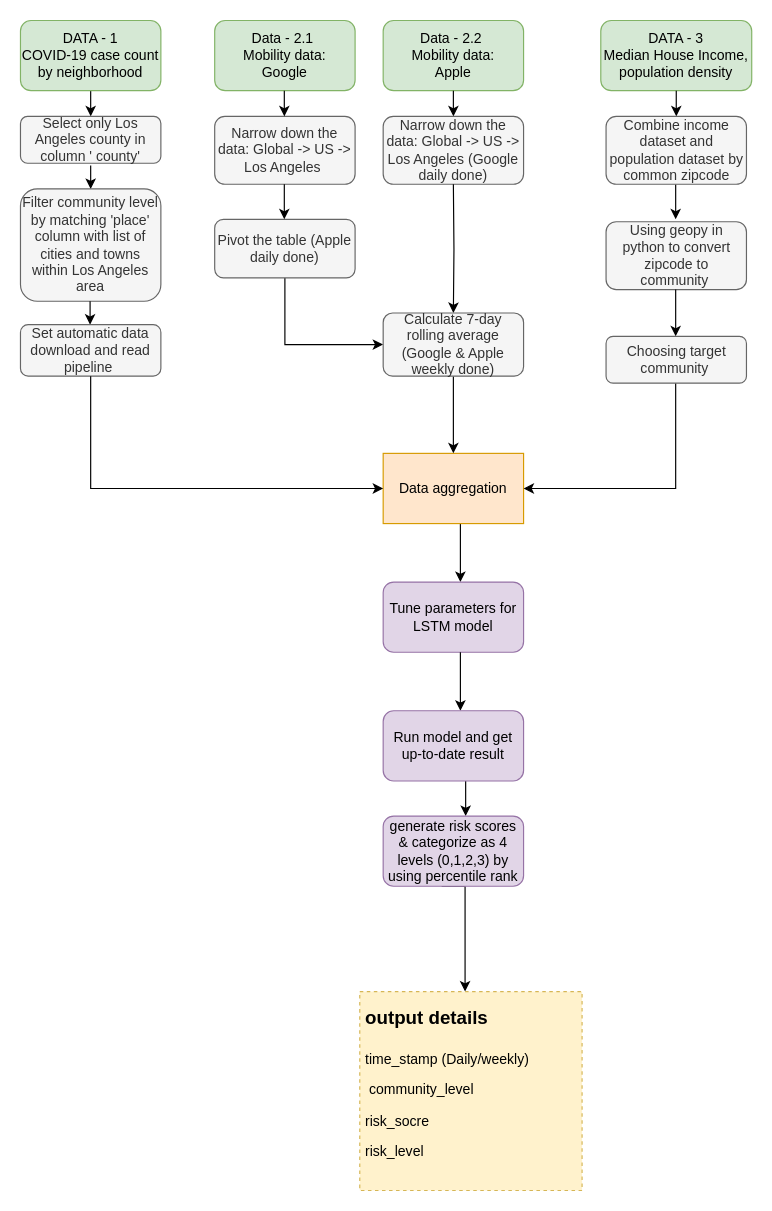
sli525/rmds-lab-team3-project keeps this draw.io diagram as RMDS_Workflow.drawio. Above is the earlier version. Source tidied: cells renumbered, new cells numbered last; positions are measured from the earlier drawing's top-left corner, leaving out a move shared by most shapes. Both pictures are drawn from the tidied source at 117%, with x=0, y=0 at pixel (20, 20).
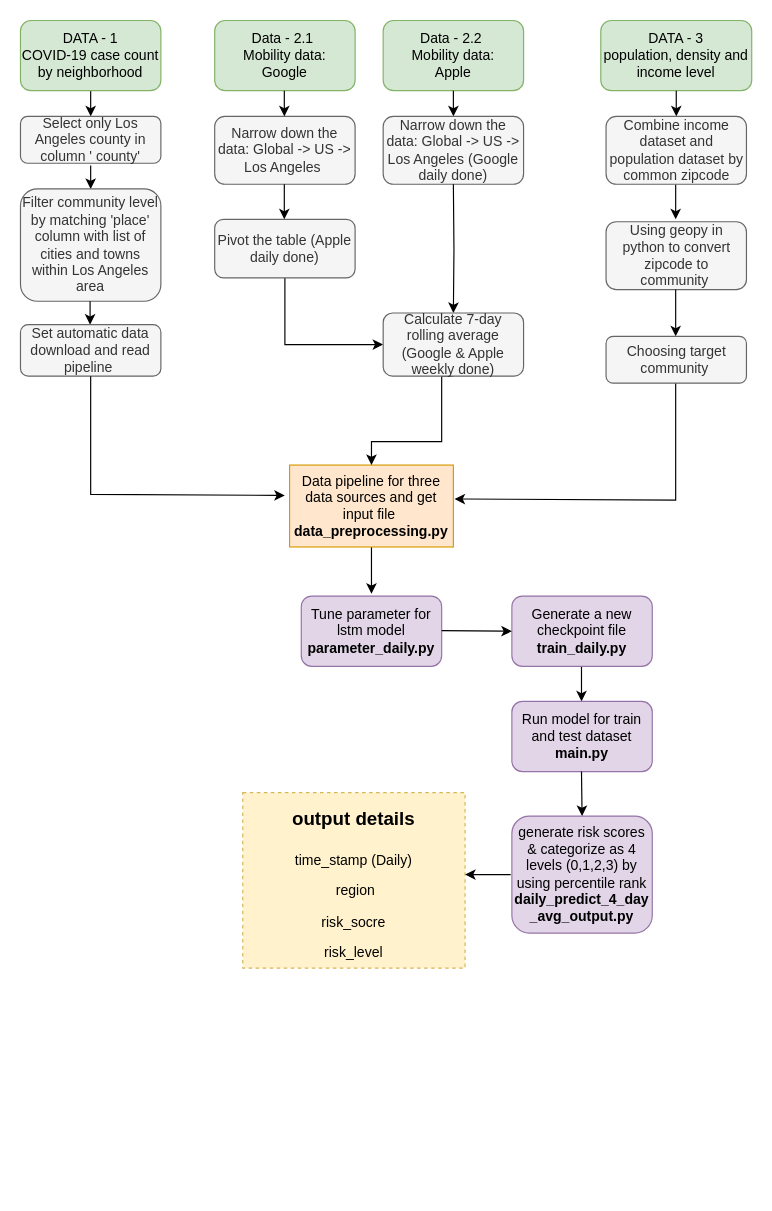
After the change.

Unchanged cells that the change refers to:
```xml
<mxCell id="14" value="Set automatic data download and read pipeline&amp;nbsp;" style="rounded=1;whiteSpace=wrap;html=1;align=center;fillColor=#f5f5f5;strokeColor=#666666;fontColor=#333333;" parent="1" vertex="1">
  <mxGeometry y="260" width="120" height="44" as="geometry" />
</mxCell>
<mxCell id="21" value="Calculate 7-day rolling average (Google &amp;amp; Apple weekly done)" style="rounded=1;whiteSpace=wrap;html=1;align=center;fillColor=#f5f5f5;strokeColor=#666666;fontColor=#333333;" parent="1" vertex="1">
  <mxGeometry x="310" y="250" width="120" height="54" as="geometry" />
</mxCell>
```

What changed in the source:
```diff
@@
-    <mxCell id="5" value="DATA - 3&lt;br&gt;Median House Income, population density" style="rounded=1;whiteSpace=wrap;html=1;fillColor=#d5e8d4;strokeColor=#82b366;" parent="1" vertex="1">
+    <mxCell id="5" value="DATA - 3&lt;br&gt;population, density and income level" style="rounded=1;whiteSpace=wrap;html=1;fillColor=#d5e8d4;strokeColor=#82b366;" parent="1" vertex="1">
       <mxGeometry x="496" width="129" height="60" as="geometry" />
     </mxCell>
     <mxCell id="6" style="edgeStyle=orthogonalEdgeStyle;rounded=0;jettySize=auto;html=1;" parent="1" edge="1" source="7">
       <mxGeometry relative="1" as="geometry">
-        <mxPoint x="376" y="480" as="targetPoint" />
+        <mxPoint x="300" y="490" as="targetPoint" />
         <Array as="points">
-          <mxPoint x="376" y="470" />
-          <mxPoint x="376" y="470" />
+          <mxPoint x="300" y="480" />
+          <mxPoint x="300" y="480" />
         </Array>
       </mxGeometry>
     </mxCell>
-    <mxCell id="7" value="Data aggregation" style="rounded=0;whiteSpace=wrap;html=1;fillColor=#ffe6cc;strokeColor=#d79b00;" parent="1" vertex="1">
-      <mxGeometry x="310" y="370" width="120" height="60" as="geometry" />
+    <mxCell id="7" value="Data pipeline for three data sources and get input file&amp;nbsp;&lt;br&gt;&lt;b&gt;data_preprocessing.py&lt;/b&gt;" style="rounded=0;whiteSpace=wrap;html=1;fillColor=#ffe6cc;strokeColor=#d79b00;" parent="1" vertex="1">
+      <mxGeometry x="230" y="380" width="140" height="70" as="geometry" />
     </mxCell>
@@
-    <mxCell id="9" style="edgeStyle=orthogonalEdgeStyle;rounded=0;orthogonalLoop=1;jettySize=auto;html=1;" parent="1" edge="1">
+    <mxCell id="9" style="edgeStyle=orthogonalEdgeStyle;rounded=0;jettySize=auto;html=1;entryX=1.007;entryY=0.414;entryDx=0;entryDy=0;entryPerimeter=0;" parent="1" edge="1" target="7">
       <mxGeometry relative="1" as="geometry">
-        <mxPoint x="560" y="270" as="sourcePoint" />
-        <mxPoint x="430" y="400" as="targetPoint" />
+        <mxPoint x="560" y="280" as="sourcePoint" />
         <Array as="points">
-          <mxPoint x="560" y="400" />
+          <mxPoint x="560" y="410" />
         </Array>
       </mxGeometry>
     </mxCell>
@@
     <mxCell id="20" style="edgeStyle=orthogonalEdgeStyle;rounded=0;jettySize=auto;html=1;exitX=0.5;exitY=1;exitDx=0;exitDy=0;entryX=0.5;entryY=0;entryDx=0;entryDy=0;" parent="1" edge="1" source="21" target="7">
-      <mxGeometry relative="1" as="geometry" />
+      <mxGeometry relative="1" as="geometry">
+        <Array as="points">
+          <mxPoint x="360" y="304" />
+          <mxPoint x="360" y="360" />
+          <mxPoint x="300" y="360" />
+        </Array>
+      </mxGeometry>
     </mxCell>
@@
-    <mxCell id="27" style="endArrow=classic;html=1;edgeStyle=orthogonalEdgeStyle;entryX=0;entryY=0.5;entryDx=0;entryDy=0;exitX=0.5;exitY=1;exitDx=0;exitDy=0;rounded=0;" parent="1" edge="1" source="14" target="7">
+    <mxCell id="27" style="endArrow=classic;html=1;edgeStyle=orthogonalEdgeStyle;exitX=0.5;exitY=1;exitDx=0;exitDy=0;rounded=0;entryX=-0.029;entryY=0.371;entryDx=0;entryDy=0;entryPerimeter=0;" parent="1" edge="1" source="14" target="7">
       <mxGeometry relative="1" as="geometry">
         <Array as="points">
-          <mxPoint x="190" y="400" />
-          <mxPoint x="311" y="400" />
+          <mxPoint x="60" y="405" />
         </Array>
       </mxGeometry>
     </mxCell>
     <mxCell id="28" style="endArrow=classic;html=1;entryX=0.5;entryY=0;entryDx=0;entryDy=0;" parent="1" edge="1">
       <mxGeometry relative="1" as="geometry">
-        <mxPoint x="380.5" y="650" as="sourcePoint" />
-        <mxPoint x="380.5" y="680" as="targetPoint" />
+        <mxPoint x="479.5" y="552" as="sourcePoint" />
+        <mxPoint x="479.5" y="582" as="targetPoint" />
       </mxGeometry>
     </mxCell>
-    <mxCell id="29" style="edgeStyle=orthogonalEdgeStyle;rounded=0;orthogonalLoop=1;jettySize=auto;html=1;" parent="1" edge="1">
-      <mxGeometry relative="1" as="geometry">
-        <mxPoint x="360" y="740" as="sourcePoint" />
-        <mxPoint x="380" y="830" as="targetPoint" />
-        <Array as="points">
-          <mxPoint x="380" y="740" />
-        </Array>
-      </mxGeometry>
-    </mxCell>
-    <mxCell id="30" value="&lt;h1&gt;&lt;font style=&quot;font-size: 16px&quot;&gt;output details&lt;/font&gt;&lt;/h1&gt;&lt;p&gt;time_stamp (Daily/weekly)&lt;/p&gt;&lt;p&gt;&lt;span&gt;&amp;nbsp;community_level&lt;/span&gt;&lt;/p&gt;&lt;p&gt;&lt;span&gt;risk_socre&lt;/span&gt;&lt;/p&gt;&lt;p&gt;&lt;span&gt;risk_level&lt;/span&gt;&lt;/p&gt;&lt;div&gt;&lt;br&gt;&lt;/div&gt;" style="text;html=1;spacing=5;spacingTop=-20;whiteSpace=wrap;overflow=hidden;rounded=0;fillColor=#fff2cc;strokeColor=#d6b656;dashed=1;" parent="1" vertex="1">
-      <mxGeometry x="290" y="830" width="190" height="170" as="geometry" />
+    <mxCell id="30" value="&lt;h1&gt;&lt;font style=&quot;font-size: 16px&quot;&gt;output details&lt;/font&gt;&lt;/h1&gt;&lt;p&gt;time_stamp (Daily)&lt;/p&gt;&lt;p&gt;&lt;span&gt;&amp;nbsp;region&lt;/span&gt;&lt;/p&gt;&lt;p&gt;&lt;span&gt;risk_socre&lt;/span&gt;&lt;/p&gt;&lt;p&gt;&lt;span&gt;risk_level&lt;/span&gt;&lt;/p&gt;&lt;div&gt;&lt;br&gt;&lt;/div&gt;" style="text;html=1;spacing=5;spacingTop=-20;whiteSpace=wrap;overflow=hidden;rounded=0;fillColor=#fff2cc;strokeColor=#d6b656;dashed=1;align=center;" parent="1" vertex="1">
+      <mxGeometry x="190" y="660" width="190" height="150" as="geometry" />
     </mxCell>
-    <mxCell id="31" value="Tune parameters for LSTM model" style="rounded=1;whiteSpace=wrap;html=1;fillColor=#e1d5e7;strokeColor=#9673a6;" parent="1" vertex="1">
-      <mxGeometry x="310" y="480" width="120" height="60" as="geometry" />
+    <mxCell id="31" value="Tune parameter for lstm model&lt;br&gt;&lt;b&gt;parameter_daily.py&lt;/b&gt;" style="rounded=1;whiteSpace=wrap;html=1;fillColor=#e1d5e7;strokeColor=#9673a6;" parent="1" vertex="1">
+      <mxGeometry x="240" y="492" width="120" height="60" as="geometry" />
     </mxCell>
-    <mxCell id="32" style="edgeStyle=orthogonalEdgeStyle;rounded=0;orthogonalLoop=1;jettySize=auto;html=1;" parent="1" edge="1">
-      <mxGeometry relative="1" as="geometry">
-        <mxPoint x="376" y="540" as="sourcePoint" />
-        <mxPoint x="376" y="590" as="targetPoint" />
-        <Array as="points">
-          <mxPoint x="376" y="580" />
-          <mxPoint x="376" y="580" />
-        </Array>
-      </mxGeometry>
-    </mxCell>
-    <mxCell id="33" value="Run model and get up-to-date result" style="rounded=1;whiteSpace=wrap;html=1;fillColor=#e1d5e7;strokeColor=#9673a6;" parent="1" vertex="1">
-      <mxGeometry x="310" y="590" width="120" height="60" as="geometry" />
+    <mxCell id="33" value="Generate a new checkpoint file&lt;br&gt;&lt;b&gt;train_daily.py&lt;/b&gt;" style="rounded=1;whiteSpace=wrap;html=1;fillColor=#e1d5e7;strokeColor=#9673a6;" parent="1" vertex="1">
+      <mxGeometry x="420" y="492" width="120" height="60" as="geometry" />
     </mxCell>
-    <mxCell id="34" value="&lt;span style=&quot;color: rgb(0 , 0 , 0) ; font-family: &amp;#34;helvetica&amp;#34; ; font-size: 12px ; font-style: normal ; font-weight: 400 ; letter-spacing: normal ; text-align: center ; text-indent: 0px ; text-transform: none ; word-spacing: 0px ; display: inline ; float: none&quot;&gt;generate risk scores &amp;amp; categorize as 4 levels (0,1,2,3) by using percentile rank&lt;/span&gt;" style="rounded=1;whiteSpace=wrap;html=1;fillColor=#e1d5e7;strokeColor=#9673a6;" parent="1" vertex="1">
-      <mxGeometry x="310" y="680" width="120" height="60" as="geometry" />
+    <mxCell id="34" value="&lt;span style=&quot;color: rgb(0 , 0 , 0) ; font-family: &amp;#34;helvetica&amp;#34; ; font-size: 12px ; font-style: normal ; letter-spacing: normal ; text-align: center ; text-indent: 0px ; text-transform: none ; word-spacing: 0px ; display: inline ; float: none&quot;&gt;generate risk scores &amp;amp; categorize as 4 levels (0,1,2,3) by using percentile rank&lt;br&gt;&lt;b&gt;daily_predict_4_day&lt;br&gt;_avg_output.py&lt;/b&gt;&lt;br&gt;&lt;/span&gt;" style="rounded=1;whiteSpace=wrap;html=1;fillColor=#e1d5e7;strokeColor=#9673a6;" parent="1" vertex="1">
+      <mxGeometry x="420" y="680" width="120" height="100" as="geometry" />
     </mxCell>
@@
+    <mxCell id="39" style="endArrow=classic;html=1;" parent="1" edge="1">
+      <mxGeometry relative="1" as="geometry">
+        <mxPoint x="360" y="521.5" as="sourcePoint" />
+        <mxPoint x="420" y="522" as="targetPoint" />
+      </mxGeometry>
+    </mxCell>
+    <mxCell id="40" value="Run model for train and test dataset&lt;br&gt;&lt;b&gt;main.py&lt;/b&gt;" style="rounded=1;whiteSpace=wrap;html=1;fillColor=#e1d5e7;strokeColor=#9673a6;" parent="1" vertex="1">
+      <mxGeometry x="420" y="582" width="120" height="60" as="geometry" />
+    </mxCell>
+    <mxCell id="41" style="endArrow=classic;html=1;entryX=0.5;entryY=0;entryDx=0;entryDy=0;" parent="1" edge="1" target="34">
+      <mxGeometry relative="1" as="geometry">
+        <mxPoint x="479.5" y="642" as="sourcePoint" />
+      </mxGeometry>
+    </mxCell>
+    <mxCell id="42" style="endArrow=classic;html=1;" parent="1" edge="1">
+      <mxGeometry relative="1" as="geometry">
+        <mxPoint x="419" y="730" as="sourcePoint" />
+        <mxPoint x="380" y="730" as="targetPoint" />
+      </mxGeometry>
+    </mxCell>
```
